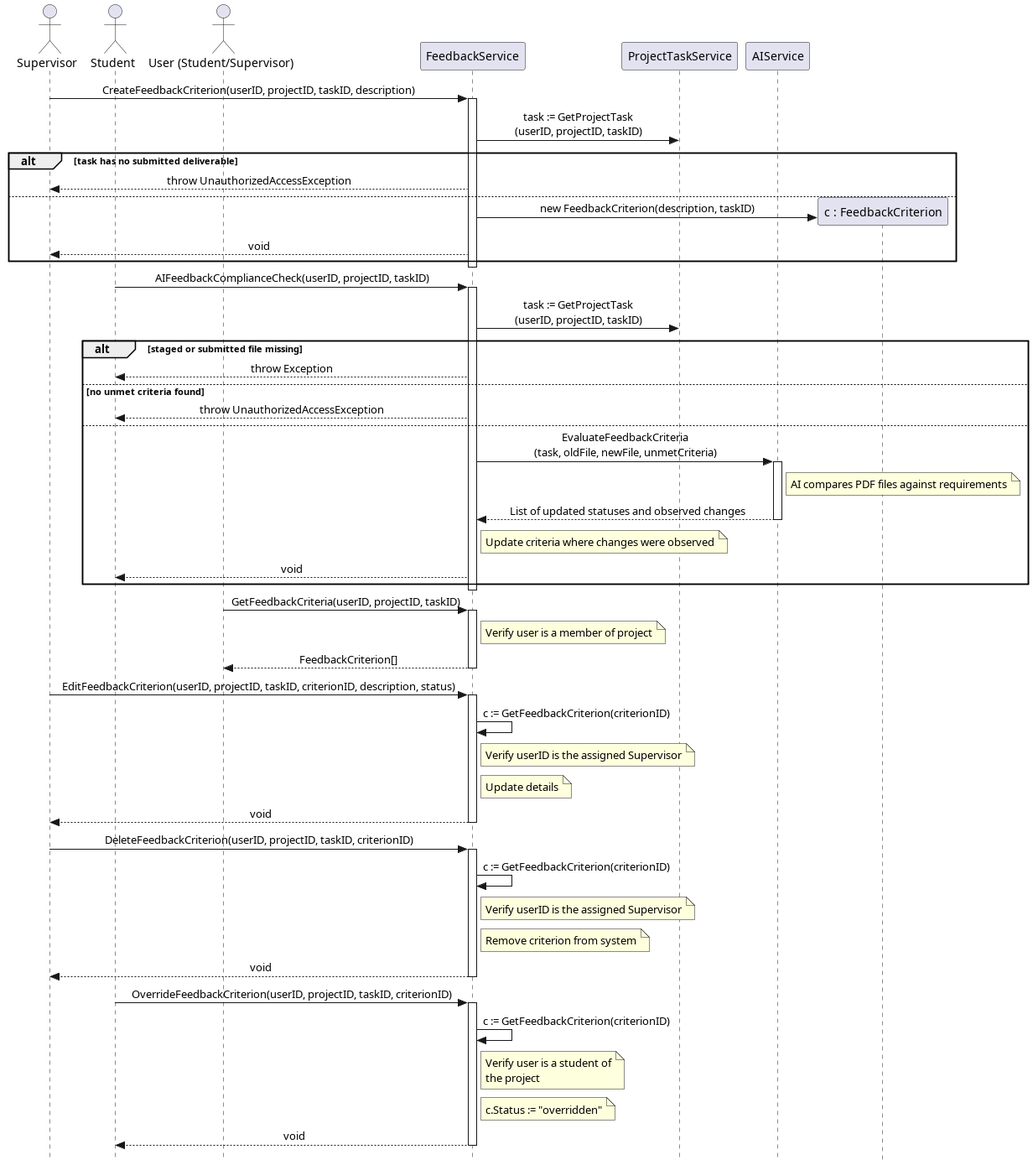
This is out/UML/Sequence Diagrams/Feedback Management/Feedback Management.png from Beginner50/Dissertation, a PlantUML export, as it was before one commit.
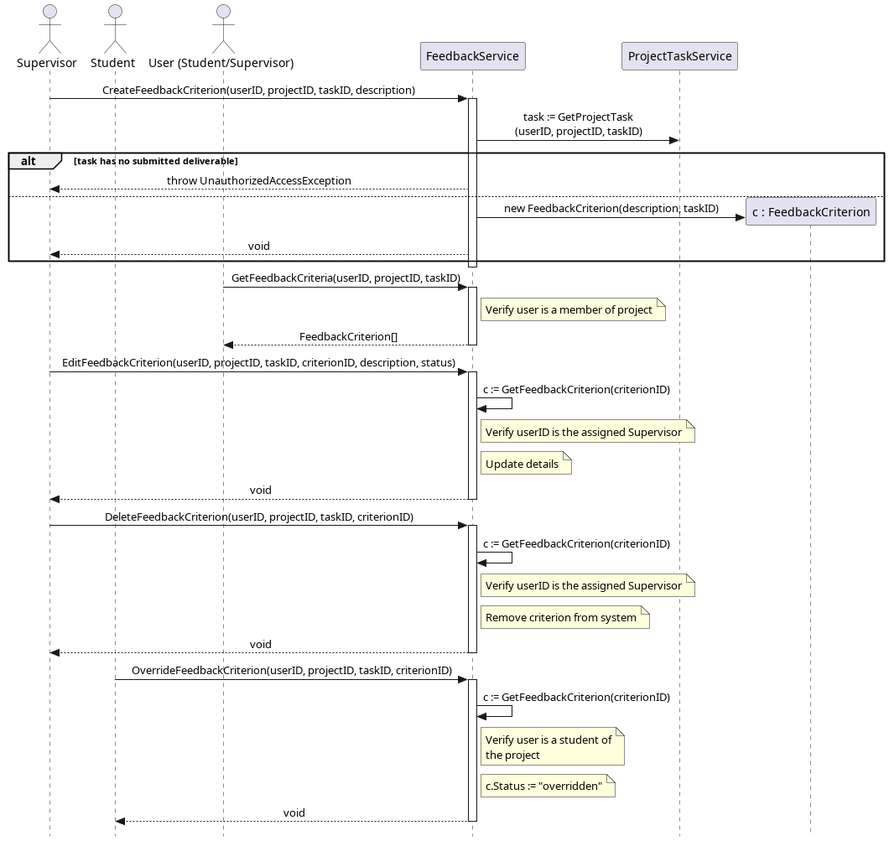
After the commit.

What changed in the source:
```diff
@@ -7,7 +7,6 @@
 actor "User (Student/Supervisor)" as U
 participant "FeedbackService" as FS
 participant "ProjectTaskService" as PTS
-participant "AIService" as AI
 
 Supervisor -> FS : CreateFeedbackCriterion(userID, projectID, taskID, description)
 activate FS
@@ -19,26 +18,6 @@
         create participant "c : FeedbackCriterion" as C
         FS -> C : new FeedbackCriterion(description, taskID)
         FS --> Supervisor : void
-    end
-deactivate FS
-
-Student -> FS : AIFeedbackComplianceCheck(userID, projectID, taskID)
-activate FS
-    FS -> PTS : task := GetProjectTask\n(userID, projectID, taskID)
-
-    alt staged or submitted file missing
-        FS --> Student : throw Exception
-    else no unmet criteria found
-        FS --> Student : throw UnauthorizedAccessException
-    else
-        FS -> AI : EvaluateFeedbackCriteria\n(task, oldFile, newFile, unmetCriteria)
-        activate AI
-            note right of AI : AI compares PDF files against requirements
-            AI --> FS : List of updated statuses and observed changes
-        deactivate AI
-
-        note right of FS : Update criteria where changes were observed
-        FS --> Student : void
     end
 deactivate FS
 
```
